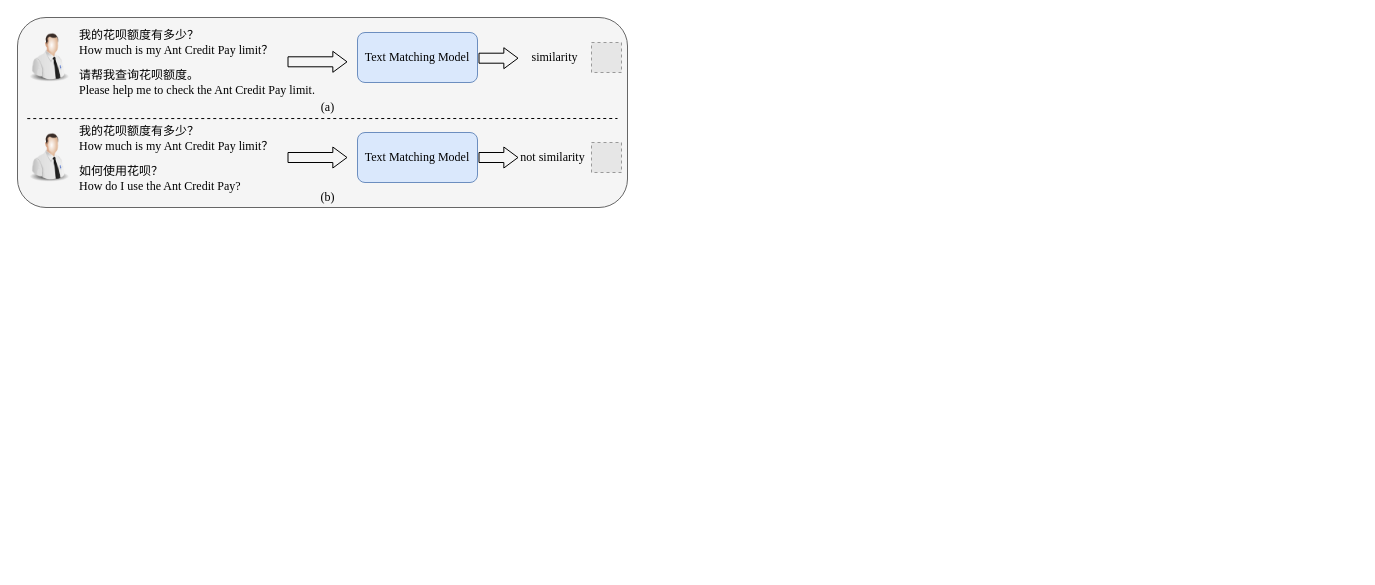
The draw.io diagram text_match/text_matching_task.drawio in lengyueit/paper_pic, before the edit. Source tidied: cells renumbered, new cells numbered last; positions are measured from the earlier drawing's top-left corner, leaving out a move shared by most shapes. Both pictures are drawn from the tidied source at 100%, with x=0, y=0 at pixel (17, 17). Pictures stored in the file or linked from it are replaced by grey dashed boxes.
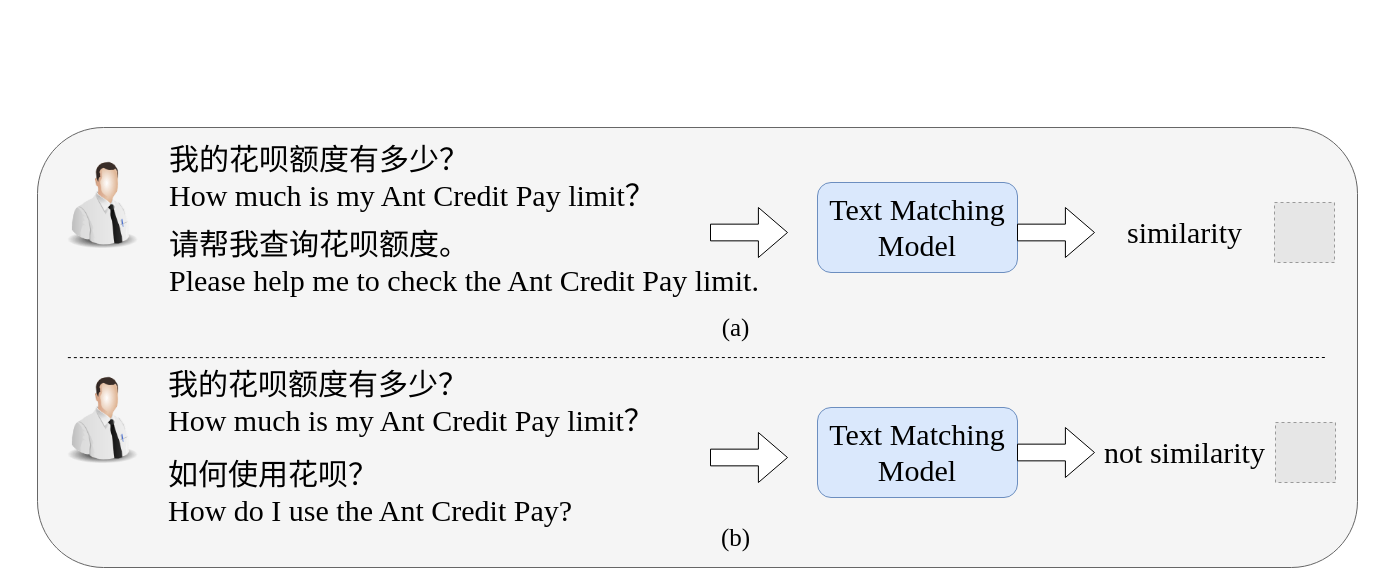
After the change.

Diff of the diagram source:
```diff
@@
     <mxCell id="2" style="rounded=1;whiteSpace=wrap;html=1;fillColor=#f5f5f5;strokeColor=#666666;fontColor=#333333;" parent="1" vertex="1">
-      <mxGeometry width="610" height="190" as="geometry" />
+      <mxGeometry x="20" y="110" width="1320" height="440" as="geometry" />
     </mxCell>
-    <mxCell id="3" value="&lt;font face=&quot;Times New Roman&quot;&gt;我的花呗额度有多少？&lt;br&gt;How much is my Ant Credit Pay limit？&lt;/font&gt;" style="text;html=1;align=left;verticalAlign=middle;strokeColor=none;fillColor=none;" parent="1" vertex="1">
-      <mxGeometry x="60" y="5" width="220" height="40" as="geometry" />
+    <mxCell id="3" value="&lt;font style=&quot;font-size: 30px;&quot; face=&quot;Times New Roman&quot;&gt;我的花呗额度有多少？&lt;br&gt;How much is my Ant Credit Pay limit？&lt;/font&gt;" style="text;html=1;align=left;verticalAlign=middle;strokeColor=none;fillColor=none;" parent="1" vertex="1">
+      <mxGeometry x="150" y="115" width="510" height="90" as="geometry" />
     </mxCell>
-    <mxCell id="4" value="&lt;div style=&quot;&quot;&gt;&lt;span style=&quot;background-color: initial;&quot;&gt;&lt;font face=&quot;Times New Roman&quot;&gt;如何使用花呗？&lt;/font&gt;&lt;/span&gt;&lt;/div&gt;&lt;div style=&quot;&quot;&gt;&lt;span style=&quot;background-color: initial;&quot;&gt;&lt;font face=&quot;Times New Roman&quot;&gt;How do I use the Ant Credit Pay?&lt;/font&gt;&lt;/span&gt;&lt;/div&gt;" style="text;html=1;align=left;verticalAlign=middle;strokeColor=none;fillColor=none;" parent="1" vertex="1">
-      <mxGeometry x="60" y="141" width="190" height="40" as="geometry" />
+    <mxCell id="4" value="&lt;div style=&quot;font-size: 30px;&quot;&gt;&lt;span style=&quot;background-color: initial;&quot;&gt;&lt;font style=&quot;font-size: 30px;&quot; face=&quot;Times New Roman&quot;&gt;如何使用花呗？&lt;/font&gt;&lt;/span&gt;&lt;/div&gt;&lt;div style=&quot;font-size: 30px;&quot;&gt;&lt;span style=&quot;background-color: initial;&quot;&gt;&lt;font style=&quot;font-size: 30px;&quot; face=&quot;Times New Roman&quot;&gt;How do I use the Ant Credit Pay?&lt;/font&gt;&lt;/span&gt;&lt;/div&gt;" style="text;html=1;align=left;verticalAlign=middle;strokeColor=none;fillColor=none;" parent="1" vertex="1">
+      <mxGeometry x="149" y="430" width="430" height="90" as="geometry" />
     </mxCell>
-    <mxCell id="5" value="&lt;font face=&quot;Times New Roman&quot;&gt;similarity&lt;/font&gt;" style="text;html=1;align=center;verticalAlign=middle;strokeColor=none;fillColor=none;" parent="1" vertex="1">
-      <mxGeometry x="502" y="25" width="70" height="30" as="geometry" />
+    <mxCell id="5" value="&lt;font style=&quot;font-size: 30px;&quot; face=&quot;Times New Roman&quot;&gt;similarity&lt;/font&gt;" style="text;html=1;align=center;verticalAlign=middle;strokeColor=none;fillColor=none;" parent="1" vertex="1">
+      <mxGeometry x="1097" y="190" width="140" height="50" as="geometry" />
     </mxCell>
-    <mxCell id="6" value="&lt;font face=&quot;Times New Roman&quot;&gt;not similarity&lt;/font&gt;" style="text;html=1;align=center;verticalAlign=middle;strokeColor=none;fillColor=none;" parent="1" vertex="1">
-      <mxGeometry x="490" y="125" width="90" height="30" as="geometry" />
+    <mxCell id="6" value="&lt;font style=&quot;font-size: 30px;&quot; face=&quot;Times New Roman&quot;&gt;not similarity&lt;/font&gt;" style="text;html=1;align=center;verticalAlign=middle;strokeColor=none;fillColor=none;" parent="1" vertex="1">
+      <mxGeometry x="1077" y="410" width="180" height="50" as="geometry" />
     </mxCell>
-    <mxCell id="7" value="&lt;font face=&quot;Times New Roman&quot;&gt;我的花呗额度有多少？&lt;br style=&quot;border-color: var(--border-color);&quot;&gt;&lt;span style=&quot;&quot;&gt;How much is my Ant Credit Pay limit？&lt;/span&gt;&lt;/font&gt;" style="text;html=1;align=left;verticalAlign=middle;strokeColor=none;fillColor=none;" parent="1" vertex="1">
-      <mxGeometry x="60" y="101" width="220" height="40" as="geometry" />
+    <mxCell id="7" value="&lt;font style=&quot;font-size: 30px;&quot; face=&quot;Times New Roman&quot;&gt;我的花呗额度有多少？&lt;br style=&quot;border-color: var(--border-color);&quot;&gt;&lt;span style=&quot;&quot;&gt;How much is my Ant Credit Pay limit？&lt;/span&gt;&lt;/font&gt;" style="text;html=1;align=left;verticalAlign=middle;strokeColor=none;fillColor=none;" parent="1" vertex="1">
+      <mxGeometry x="149" y="340" width="510" height="90" as="geometry" />
     </mxCell>
-    <mxCell id="8" value="&lt;font face=&quot;Times New Roman&quot;&gt;请帮我查询花呗额度。&lt;br&gt;Please help me to check the Ant Credit Pay limit.&lt;/font&gt;" style="text;html=1;align=left;verticalAlign=middle;strokeColor=none;fillColor=none;" parent="1" vertex="1">
-      <mxGeometry x="60" y="45" width="260" height="40" as="geometry" />
+    <mxCell id="8" value="&lt;font style=&quot;font-size: 30px;&quot; face=&quot;Times New Roman&quot;&gt;请帮我查询花呗额度。&lt;br&gt;Please help me to check the Ant Credit Pay limit.&lt;/font&gt;" style="text;html=1;align=left;verticalAlign=middle;strokeColor=none;fillColor=none;" parent="1" vertex="1">
+      <mxGeometry x="150" y="200" width="610" height="90" as="geometry" />
     </mxCell>
-    <mxCell id="9" value="&lt;font face=&quot;Times New Roman&quot;&gt;Text Matching Model&lt;/font&gt;" style="rounded=1;whiteSpace=wrap;html=1;fillColor=#dae8fc;strokeColor=#6c8ebf;" parent="1" vertex="1">
-      <mxGeometry x="340" y="15" width="120" height="50" as="geometry" />
+    <mxCell id="9" value="&lt;font style=&quot;font-size: 30px;&quot; face=&quot;Times New Roman&quot;&gt;Text Matching Model&lt;/font&gt;" style="rounded=1;whiteSpace=wrap;html=1;fillColor=#dae8fc;strokeColor=#6c8ebf;" parent="1" vertex="1">
+      <mxGeometry x="800" y="165" width="200" height="90" as="geometry" />
     </mxCell>
     <mxCell id="10" style="image;html=1;image=img/lib/clip_art/people/Tech_Man_128x128.png;" parent="1" vertex="1">
-      <mxGeometry x="7" y="15" width="50" height="50" as="geometry" />
+      <mxGeometry x="40" y="135" width="90" height="105" as="geometry" />
     </mxCell>
-    <mxCell id="11" style="image;html=1;image=img/lib/clip_art/people/Tech_Man_128x128.png;" parent="1" vertex="1">
-      <mxGeometry x="7" y="115" width="50" height="50" as="geometry" />
-    </mxCell>
     <mxCell id="12" style="fillColor=#E6E6E6;strokeColor=#999999;dashed=1;verticalLabelPosition=bottom;labelBackgroundColor=default;verticalAlign=top;" parent="1" vertex="1">
-      <mxGeometry x="574" y="25" width="30" height="30" as="geometry" />
+      <mxGeometry x="1257" y="185" width="60" height="60" as="geometry" />
     </mxCell>
     <mxCell id="13" style="fillColor=#E6E6E6;strokeColor=#999999;dashed=1;verticalLabelPosition=bottom;labelBackgroundColor=default;verticalAlign=top;" parent="1" vertex="1">
-      <mxGeometry x="574" y="125" width="30" height="30" as="geometry" />
+      <mxGeometry x="1258" y="405" width="60" height="60" as="geometry" />
     </mxCell>
-    <mxCell id="14" value="&lt;font face=&quot;Times New Roman&quot;&gt;Text Matching Model&lt;/font&gt;" style="rounded=1;whiteSpace=wrap;html=1;fillColor=#dae8fc;strokeColor=#6c8ebf;" parent="1" vertex="1">
-      <mxGeometry x="340" y="115" width="120" height="50" as="geometry" />
-    </mxCell>
-    <mxCell id="15" style="endArrow=none;dashed=1;html=1;rounded=0;exitX=0.016;exitY=0.532;exitDx=0;exitDy=0;exitPerimeter=0;" parent="1" edge="1" source="2">
-      <mxGeometry relative="1" as="geometry">
-        <mxPoint x="600" y="101" as="targetPoint" />
-      </mxGeometry>
-    </mxCell>
-    <mxCell id="16" style="shape=flexArrow;endArrow=classic;html=1;rounded=0;entryX=0;entryY=0.5;entryDx=0;entryDy=0;endWidth=10;endSize=4.39;" parent="1" edge="1">
-      <mxGeometry relative="1" as="geometry">
-        <mxPoint x="270" y="44.3" as="sourcePoint" />
-        <mxPoint x="330" y="44.3" as="targetPoint" />
-      </mxGeometry>
-    </mxCell>
-    <mxCell id="17" style="shape=flexArrow;endArrow=classic;html=1;rounded=0;entryX=0;entryY=0.5;entryDx=0;entryDy=0;endWidth=10;endSize=4.39;" parent="1" edge="1">
-      <mxGeometry relative="1" as="geometry">
-        <mxPoint x="270" y="140" as="sourcePoint" />
-        <mxPoint x="330" y="140" as="targetPoint" />
-      </mxGeometry>
-    </mxCell>
-    <mxCell id="18" style="shape=flexArrow;endArrow=classic;html=1;rounded=0;endWidth=10;endSize=4.39;" parent="1" edge="1">
-      <mxGeometry relative="1" as="geometry">
-        <mxPoint x="461" y="40.7" as="sourcePoint" />
-        <mxPoint x="501" y="40.7" as="targetPoint" />
-      </mxGeometry>
-    </mxCell>
-    <mxCell id="19" style="shape=flexArrow;endArrow=classic;html=1;rounded=0;endWidth=10;endSize=4.39;" parent="1" edge="1">
-      <mxGeometry relative="1" as="geometry">
-        <mxPoint x="461" y="140" as="sourcePoint" />
-        <mxPoint x="501" y="140" as="targetPoint" />
-      </mxGeometry>
-    </mxCell>
-    <mxCell id="20" value="&lt;font face=&quot;Times New Roman&quot;&gt;(a)&lt;/font&gt;" style="text;html=1;align=center;verticalAlign=middle;strokeColor=none;fillColor=none;" parent="1" vertex="1">
-      <mxGeometry x="290" y="75" width="40" height="30" as="geometry" />
+    <mxCell id="20" value="&lt;font style=&quot;font-size: 25px;&quot; face=&quot;Times New Roman&quot;&gt;(a)&lt;/font&gt;" style="text;html=1;align=center;verticalAlign=middle;strokeColor=none;fillColor=none;" parent="1" vertex="1">
+      <mxGeometry x="693" y="290" width="50" height="40" as="geometry" />
     </mxCell>
-    <mxCell id="21" value="&lt;font face=&quot;Times New Roman&quot;&gt;(b)&lt;/font&gt;" style="text;html=1;align=center;verticalAlign=middle;strokeColor=none;fillColor=none;" parent="1" vertex="1">
-      <mxGeometry x="290" y="165" width="40" height="30" as="geometry" />
+    <mxCell id="21" value="&lt;font style=&quot;font-size: 25px;&quot; face=&quot;Times New Roman&quot;&gt;(b)&lt;/font&gt;" style="text;html=1;align=center;verticalAlign=middle;strokeColor=none;fillColor=none;" parent="1" vertex="1">
+      <mxGeometry x="693" y="500" width="50" height="40" as="geometry" />
     </mxCell>
+    <mxCell id="22" style="shape=singleArrow;whiteSpace=wrap;html=1;arrowWidth=0.33416149068322787;arrowSize=0.3779503105590054;" parent="1" vertex="1">
+      <mxGeometry x="693" y="190" width="77" height="50" as="geometry" />
+    </mxCell>
+    <mxCell id="23" style="shape=singleArrow;whiteSpace=wrap;html=1;arrowWidth=0.33416149068322787;arrowSize=0.3779503105590054;" parent="1" vertex="1">
+      <mxGeometry x="1000" y="190" width="77" height="50" as="geometry" />
+    </mxCell>
+    <mxCell id="24" style="image;html=1;image=img/lib/clip_art/people/Tech_Man_128x128.png;" parent="1" vertex="1">
+      <mxGeometry x="40" y="350" width="90" height="105" as="geometry" />
+    </mxCell>
+    <mxCell id="14" value="&lt;font style=&quot;font-size: 30px;&quot; face=&quot;Times New Roman&quot;&gt;Text Matching Model&lt;/font&gt;" style="rounded=1;whiteSpace=wrap;html=1;fillColor=#dae8fc;strokeColor=#6c8ebf;" parent="1" vertex="1">
+      <mxGeometry x="800" y="390" width="200" height="90" as="geometry" />
+    </mxCell>
+    <mxCell id="25" style="shape=singleArrow;whiteSpace=wrap;html=1;arrowWidth=0.33416149068322787;arrowSize=0.3779503105590054;" parent="1" vertex="1">
+      <mxGeometry x="693" y="415" width="77" height="50" as="geometry" />
+    </mxCell>
+    <mxCell id="26" style="shape=singleArrow;whiteSpace=wrap;html=1;arrowWidth=0.33416149068322787;arrowSize=0.3779503105590054;" parent="1" vertex="1">
+      <mxGeometry x="1000" y="410" width="77" height="50" as="geometry" />
+    </mxCell>
+    <mxCell id="27" style="endArrow=none;dashed=1;html=1;rounded=0;exitX=0.023;exitY=0.523;exitDx=0;exitDy=0;exitPerimeter=0;" parent="1" edge="1" source="2">
+      <mxGeometry relative="1" as="geometry">
+        <mxPoint x="1310" y="340" as="targetPoint" />
+      </mxGeometry>
+    </mxCell>
```
